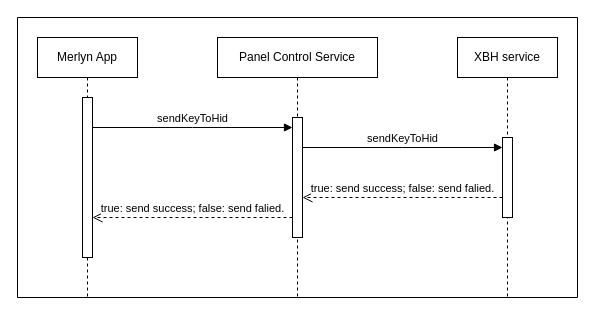
The draw.io diagram prometheanworld_RCU_virtual_keyboard.drawio in windboat/draw.io, before the edit. Source tidied: cells renumbered, new cells numbered last; positions are measured from the earlier drawing's top-left corner, leaving out a move shared by most shapes. Both pictures are drawn from the tidied source at 100%, with x=0, y=0 at pixel (17, 17).
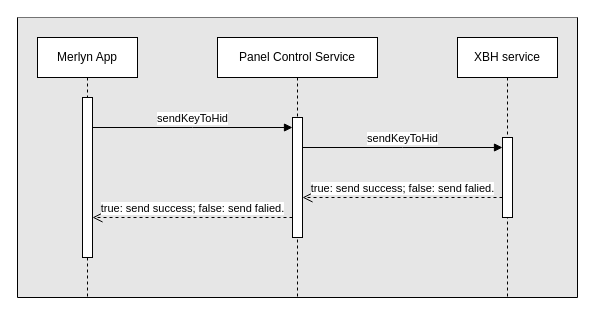
The same page after the edit.

Change to the diagram source:
```diff
@@
 <mxGraphModel>
   <root>
     <mxCell id="0" />
     <mxCell id="1" parent="0" />
-    <mxCell id="2" style="swimlane;startSize=0;" parent="1" vertex="1">
+    <mxCell id="2" style="swimlane;startSize=0;swimlaneFillColor=#E6E6E6;" parent="1" vertex="1">
       <mxGeometry width="560" height="280" as="geometry" />
     </mxCell>
     <mxCell id="3" value="Merlyn App" style="shape=umlLifeline;perimeter=lifelinePerimeter;whiteSpace=wrap;html=1;newEdgeStyle={&quot;edgeStyle&quot;:&quot;elbowEdgeStyle&quot;,&quot;elbow&quot;:&quot;vertical&quot;,&quot;curved&quot;:0,&quot;rounded&quot;:0};" parent="2" vertex="1">
       <mxGeometry x="20" y="20" width="100" height="260" as="geometry" />
     </mxCell>
     <mxCell id="4" style="html=1;perimeter=orthogonalPerimeter;targetShapes=umlLifeline;newEdgeStyle={&quot;edgeStyle&quot;:&quot;elbowEdgeStyle&quot;,&quot;elbow&quot;:&quot;vertical&quot;,&quot;curved&quot;:0,&quot;rounded&quot;:0};" parent="3" vertex="1">
       <mxGeometry x="45" y="60" width="10" height="160" as="geometry" />
     </mxCell>
     <mxCell id="5" value="Panel Control Service" style="shape=umlLifeline;perimeter=lifelinePerimeter;whiteSpace=wrap;html=1;newEdgeStyle={&quot;edgeStyle&quot;:&quot;elbowEdgeStyle&quot;,&quot;elbow&quot;:&quot;vertical&quot;,&quot;curved&quot;:0,&quot;rounded&quot;:0};" parent="2" vertex="1">
       <mxGeometry x="200" y="20" width="160" height="260" as="geometry" />
     </mxCell>
     <mxCell id="6" style="html=1;perimeter=orthogonalPerimeter;targetShapes=umlLifeline;newEdgeStyle={&quot;edgeStyle&quot;:&quot;elbowEdgeStyle&quot;,&quot;elbow&quot;:&quot;vertical&quot;,&quot;curved&quot;:0,&quot;rounded&quot;:0};" parent="5" vertex="1">
       <mxGeometry x="75" y="80" width="10" height="120" as="geometry" />
     </mxCell>
     <mxCell id="7" value="XBH service" style="shape=umlLifeline;perimeter=lifelinePerimeter;whiteSpace=wrap;html=1;newEdgeStyle={&quot;edgeStyle&quot;:&quot;elbowEdgeStyle&quot;,&quot;elbow&quot;:&quot;vertical&quot;,&quot;curved&quot;:0,&quot;rounded&quot;:0};" parent="2" vertex="1">
       <mxGeometry x="440" y="20" width="100" height="260" as="geometry" />
     </mxCell>
     <mxCell id="8" style="html=1;perimeter=orthogonalPerimeter;targetShapes=umlLifeline;newEdgeStyle={&quot;edgeStyle&quot;:&quot;elbowEdgeStyle&quot;,&quot;elbow&quot;:&quot;vertical&quot;,&quot;curved&quot;:0,&quot;rounded&quot;:0};" parent="7" vertex="1">
       <mxGeometry x="45" y="100" width="10" height="80" as="geometry" />
     </mxCell>
     <mxCell id="9" value="sendKeyToHid" style="html=1;verticalAlign=bottom;endArrow=block;edgeStyle=elbowEdgeStyle;elbow=horizontal;curved=0;rounded=0;" parent="2" edge="1">
       <mxGeometry relative="1" as="geometry">
         <mxPoint x="75" y="110" as="sourcePoint" />
         <mxPoint x="275" y="110" as="targetPoint" />
       </mxGeometry>
     </mxCell>
     <mxCell id="10" value="sendKeyToHid" style="html=1;verticalAlign=bottom;endArrow=block;edgeStyle=elbowEdgeStyle;elbow=vertical;curved=0;rounded=0;" parent="2" edge="1">
       <mxGeometry relative="1" as="geometry">
         <mxPoint x="285" y="130" as="sourcePoint" />
         <mxPoint x="485" y="130" as="targetPoint" />
       </mxGeometry>
     </mxCell>
     <mxCell id="11" value="true: send success; false: send falied." style="html=1;verticalAlign=bottom;endArrow=open;dashed=1;endSize=8;edgeStyle=elbowEdgeStyle;elbow=vertical;curved=0;rounded=0;" parent="2" edge="1">
       <mxGeometry relative="1" as="geometry">
         <mxPoint x="485" y="180" as="sourcePoint" />
         <mxPoint x="285" y="180" as="targetPoint" />
       </mxGeometry>
     </mxCell>
     <mxCell id="12" value="true: send success; false: send falied." style="html=1;verticalAlign=bottom;endArrow=open;dashed=1;endSize=8;edgeStyle=elbowEdgeStyle;elbow=vertical;curved=0;rounded=0;" parent="2" edge="1">
       <mxGeometry relative="1" as="geometry">
         <mxPoint x="275" y="200" as="sourcePoint" />
         <mxPoint x="75" y="200" as="targetPoint" />
       </mxGeometry>
     </mxCell>
   </root>
 </mxGraphModel>
```
